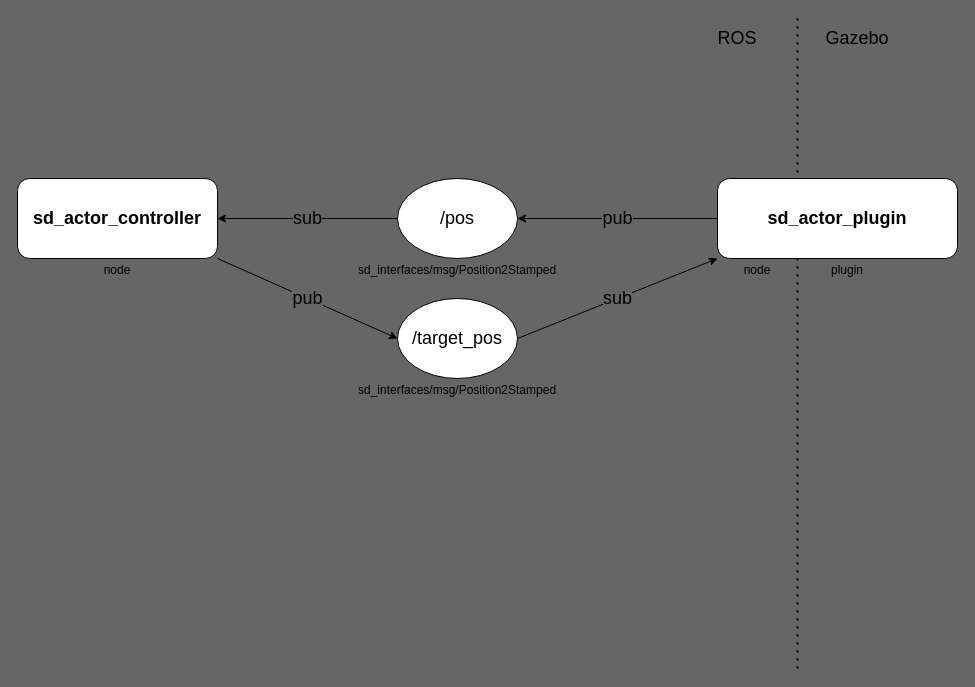
Above: docs/architecture/actor_plugin.drawio in yusuf-emre-samur/swarm_defense (draw.io), before the change. Source tidied: cells renumbered, new cells numbered last; positions are measured from the earlier drawing's top-left corner, leaving out a move shared by most shapes. Both pictures are drawn from the tidied source at 100%, with x=0, y=0 at pixel (17, 18).
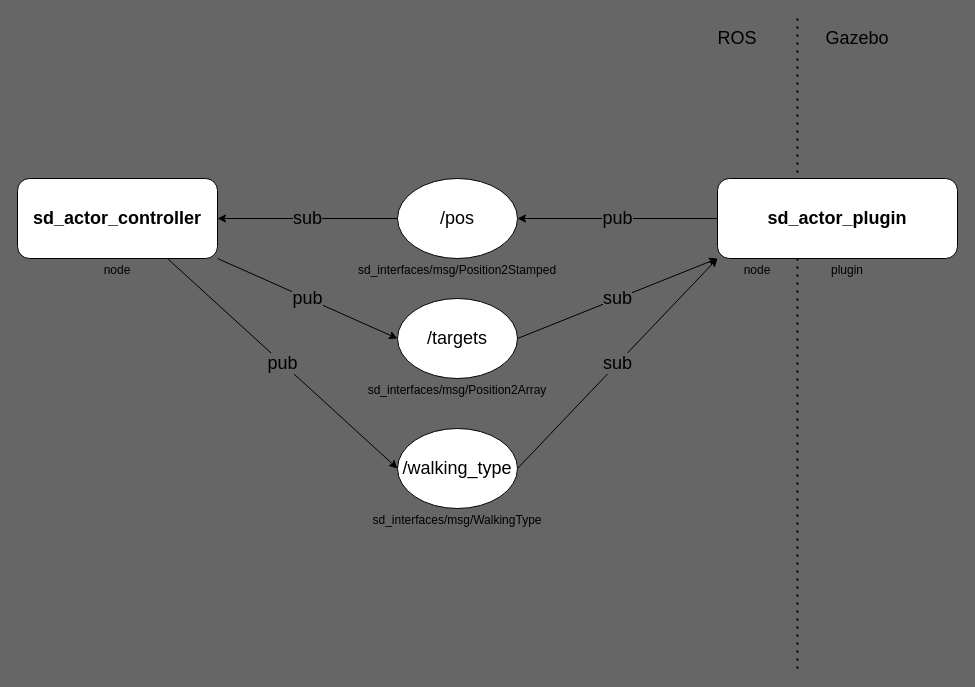
Above is the later version.

Unchanged cells that the change refers to:
```xml
<mxCell id="10" value="&lt;font style=&quot;font-size: 18px&quot;&gt;&lt;b&gt;sd_actor_controller&lt;br&gt;&lt;/b&gt;&lt;/font&gt;" style="rounded=1;whiteSpace=wrap;html=1;glass=0;shadow=0;sketch=0;" parent="1" vertex="1">
  <mxGeometry y="160" width="200" height="80" as="geometry" />
</mxCell>
<mxCell id="17" value="&lt;font style=&quot;font-size: 18px&quot;&gt;&lt;b&gt;sd_actor_plugin&lt;/b&gt;&lt;/font&gt;" style="rounded=1;whiteSpace=wrap;html=1;absoluteArcSize=0;noLabel=0;portConstraintRotation=0;fixDash=0;gradientColor=none;glass=0;shadow=0;sketch=0;" parent="1" vertex="1">
  <mxGeometry x="700" y="160" width="240" height="80" as="geometry" />
</mxCell>
```

Change to the diagram source:
```diff
@@
-    <mxCell id="8" value="/target_pos" style="ellipse;whiteSpace=wrap;html=1;fontSize=18;" parent="1" vertex="1">
+    <mxCell id="8" value="/targets" style="ellipse;whiteSpace=wrap;html=1;fontSize=18;" parent="1" vertex="1">
       <mxGeometry x="380" y="280" width="120" height="80" as="geometry" />
     </mxCell>
@@
-    <mxCell id="14" value="&lt;span style=&quot;font-size: 12px&quot;&gt;sd_interfaces/msg/Position2Stamped&lt;/span&gt;" style="text;html=1;strokeColor=none;fillColor=none;align=center;verticalAlign=middle;whiteSpace=wrap;rounded=0;fontSize=18;" parent="1" vertex="1">
+    <mxCell id="14" value="&lt;span style=&quot;font-size: 12px&quot;&gt;sd_interfaces/msg/Position2Array&lt;/span&gt;" style="text;html=1;strokeColor=none;fillColor=none;align=center;verticalAlign=middle;whiteSpace=wrap;rounded=0;fontSize=18;" parent="1" vertex="1">
       <mxGeometry x="410" y="360" width="60" height="20" as="geometry" />
     </mxCell>
@@
+    <mxCell id="18" value="/walking_type" style="ellipse;whiteSpace=wrap;html=1;fontSize=18;" parent="1" vertex="1">
+      <mxGeometry x="380" y="410" width="120" height="80" as="geometry" />
+    </mxCell>
+    <mxCell id="19" value="&lt;span style=&quot;font-size: 12px&quot;&gt;sd_interfaces/msg/WalkingType&lt;/span&gt;" style="text;html=1;strokeColor=none;fillColor=none;align=center;verticalAlign=middle;whiteSpace=wrap;rounded=0;fontSize=18;" parent="1" vertex="1">
+      <mxGeometry x="410" y="490" width="60" height="20" as="geometry" />
+    </mxCell>
+    <mxCell id="20" value="pub" style="edgeStyle=none;html=1;exitX=0.75;exitY=1;exitDx=0;exitDy=0;entryX=0;entryY=0.5;entryDx=0;entryDy=0;fontSize=18;labelBackgroundColor=#666666;" parent="1" edge="1" source="10" target="18">
+      <mxGeometry relative="1" as="geometry" />
+    </mxCell>
+    <mxCell id="21" value="sub" style="edgeStyle=none;html=1;exitX=1;exitY=0.5;exitDx=0;exitDy=0;entryX=0;entryY=1;entryDx=0;entryDy=0;fontSize=18;labelBackgroundColor=#666666;" parent="1" edge="1" source="18" target="17">
+      <mxGeometry relative="1" as="geometry" />
+    </mxCell>
```
